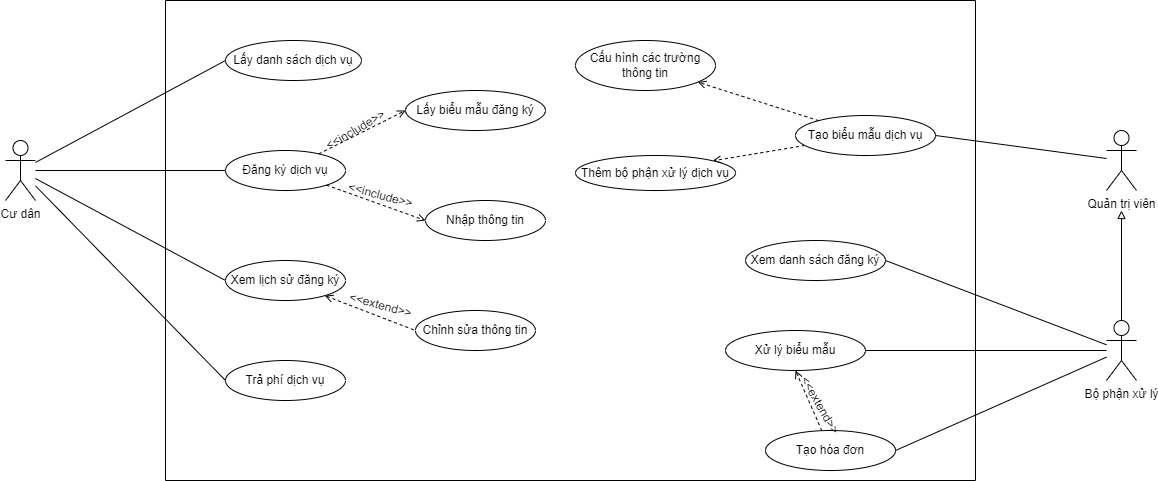
kienndhn/draw-io keeps this draw.io diagram as usecase diagram/hành chính số.drawio.png. Above is the earlier version. Source tidied: cells renumbered, new cells last; positions are measured from the earlier drawing's top-left corner, leaving out a move shared by most shapes. Source of this version:
```xml
<mxGraphModel>
  <root>
    <mxCell id="0" />
    <mxCell id="1" parent="0" />
    <mxCell id="2" style="swimlane;startSize=0;" parent="1" vertex="1">
      <mxGeometry x="160" width="810" height="480" as="geometry" />
    </mxCell>
    <mxCell id="3" value="Lấy danh sách dịch vụ" style="ellipse;whiteSpace=wrap;html=1;" parent="2" vertex="1">
      <mxGeometry x="60" y="40" width="136" height="40" as="geometry" />
    </mxCell>
    <mxCell id="4" style="edgeStyle=none;rounded=0;jettySize=auto;html=1;entryX=0;entryY=0.5;entryDx=0;entryDy=0;endArrow=open;endFill=0;dashed=1;" parent="2" edge="1" source="6" target="14">
      <mxGeometry relative="1" as="geometry" />
    </mxCell>
    <mxCell id="5" style="edgeStyle=none;rounded=0;jettySize=auto;html=1;entryX=0;entryY=0.5;entryDx=0;entryDy=0;endArrow=open;endFill=0;dashed=1;" parent="2" edge="1" source="6" target="8">
      <mxGeometry relative="1" as="geometry" />
    </mxCell>
    <mxCell id="6" value="Đăng ký dịch vụ" style="ellipse;whiteSpace=wrap;html=1;" parent="2" vertex="1">
      <mxGeometry x="60" y="150" width="120" height="40" as="geometry" />
    </mxCell>
    <mxCell id="7" value="Chỉnh sửa thông tin" style="ellipse;whiteSpace=wrap;html=1;" parent="2" vertex="1">
      <mxGeometry x="250" y="310" width="120" height="40" as="geometry" />
    </mxCell>
    <mxCell id="8" value="Nhập thông tin" style="ellipse;whiteSpace=wrap;html=1;" parent="2" vertex="1">
      <mxGeometry x="260" y="200" width="120" height="40" as="geometry" />
    </mxCell>
    <mxCell id="9" style="rounded=0;jettySize=auto;html=1;dashed=1;endArrow=open;endFill=0;" parent="2" edge="1" source="11" target="18">
      <mxGeometry relative="1" as="geometry" />
    </mxCell>
    <mxCell id="10" style="edgeStyle=none;rounded=0;jettySize=auto;html=1;entryX=1;entryY=0;entryDx=0;entryDy=0;dashed=1;endArrow=open;endFill=0;" parent="2" edge="1" source="11" target="19">
      <mxGeometry relative="1" as="geometry" />
    </mxCell>
    <mxCell id="11" value="Tạo biểu mẫu dịch vụ" style="ellipse;whiteSpace=wrap;html=1;" parent="2" vertex="1">
      <mxGeometry x="630" y="115" width="140" height="40" as="geometry" />
    </mxCell>
    <mxCell id="12" style="edgeStyle=none;rounded=0;jettySize=auto;html=1;entryX=0;entryY=0.5;entryDx=0;entryDy=0;endArrow=none;endFill=0;dashed=1;startArrow=open;startFill=0;" parent="2" edge="1" source="13" target="7">
      <mxGeometry relative="1" as="geometry" />
    </mxCell>
    <mxCell id="13" value="Xem lịch sử đăng ký" style="ellipse;whiteSpace=wrap;html=1;" parent="2" vertex="1">
      <mxGeometry x="60" y="260" width="120" height="40" as="geometry" />
    </mxCell>
    <mxCell id="14" value="Lấy biểu mẫu đăng ký" style="ellipse;whiteSpace=wrap;html=1;" parent="2" vertex="1">
      <mxGeometry x="240" y="90" width="140" height="40" as="geometry" />
    </mxCell>
    <mxCell id="15" value="&amp;lt;&amp;lt;include&amp;gt;&amp;gt;" style="text;html=1;align=center;verticalAlign=middle;strokeColor=none;fillColor=none;rotation=15;" parent="2" vertex="1">
      <mxGeometry x="170" y="180" width="90" height="30" as="geometry" />
    </mxCell>
    <mxCell id="16" value="&amp;lt;&amp;lt;include&amp;gt;&amp;gt;" style="text;html=1;align=center;verticalAlign=middle;strokeColor=none;fillColor=none;rotation=-30;" parent="2" vertex="1">
      <mxGeometry x="145" y="115" width="90" height="30" as="geometry" />
    </mxCell>
    <mxCell id="17" value="&amp;lt;&amp;lt;extend&amp;gt;&amp;gt;" style="text;html=1;align=center;verticalAlign=middle;strokeColor=none;fillColor=none;rotation=15;" parent="2" vertex="1">
      <mxGeometry x="170" y="290" width="90" height="30" as="geometry" />
    </mxCell>
    <mxCell id="18" value="Cấu hình các trường thông tin" style="ellipse;whiteSpace=wrap;html=1;" parent="2" vertex="1">
      <mxGeometry x="410" y="40" width="140" height="50" as="geometry" />
    </mxCell>
    <mxCell id="19" value="Thêm bộ phận xử lý dịch vụ" style="ellipse;whiteSpace=wrap;html=1;" parent="2" vertex="1">
      <mxGeometry x="410" y="155" width="160" height="35" as="geometry" />
    </mxCell>
    <mxCell id="20" value="Xem danh sách đăng ký" style="ellipse;whiteSpace=wrap;html=1;" parent="2" vertex="1">
      <mxGeometry x="580" y="240" width="140" height="40" as="geometry" />
    </mxCell>
    <mxCell id="21" value="Xử lý biểu mẫu" style="ellipse;whiteSpace=wrap;html=1;" parent="2" vertex="1">
      <mxGeometry x="560" y="330" width="140" height="40" as="geometry" />
    </mxCell>
    <mxCell id="22" style="edgeStyle=none;rounded=0;jettySize=auto;html=1;entryX=0.5;entryY=1;entryDx=0;entryDy=0;endArrow=open;endFill=0;dashed=1;" parent="2" edge="1" source="23" target="21">
      <mxGeometry relative="1" as="geometry" />
    </mxCell>
    <mxCell id="23" value="Tạo hóa đơn" style="ellipse;whiteSpace=wrap;html=1;" parent="2" vertex="1">
      <mxGeometry x="600" y="430" width="130" height="40" as="geometry" />
    </mxCell>
    <mxCell id="24" value="&amp;lt;&amp;lt;extend&amp;gt;&amp;gt;" style="text;html=1;align=center;verticalAlign=middle;strokeColor=none;fillColor=none;rotation=60;" parent="2" vertex="1">
      <mxGeometry x="610" y="389.5" width="90" height="30" as="geometry" />
    </mxCell>
    <mxCell id="25" value="Trả phí dịch vụ" style="ellipse;whiteSpace=wrap;html=1;" parent="2" vertex="1">
      <mxGeometry x="60" y="360" width="120" height="40" as="geometry" />
    </mxCell>
    <mxCell id="26" style="rounded=0;jettySize=auto;html=1;entryX=0;entryY=0.5;entryDx=0;entryDy=0;endArrow=none;endFill=0;" parent="1" edge="1" source="30" target="3">
      <mxGeometry relative="1" as="geometry" />
    </mxCell>
    <mxCell id="27" style="edgeStyle=none;rounded=0;jettySize=auto;html=1;entryX=0;entryY=0.5;entryDx=0;entryDy=0;endArrow=none;endFill=0;" parent="1" edge="1" source="30" target="6">
      <mxGeometry relative="1" as="geometry" />
    </mxCell>
    <mxCell id="28" style="edgeStyle=none;rounded=0;jettySize=auto;html=1;entryX=0;entryY=0.5;entryDx=0;entryDy=0;endArrow=none;endFill=0;" parent="1" edge="1" source="30" target="13">
      <mxGeometry relative="1" as="geometry" />
    </mxCell>
    <mxCell id="29" style="edgeStyle=none;rounded=0;jettySize=auto;html=1;entryX=0;entryY=0.5;entryDx=0;entryDy=0;endArrow=none;endFill=0;" parent="1" edge="1" source="30" target="25">
      <mxGeometry relative="1" as="geometry" />
    </mxCell>
    <mxCell id="30" value="Cư dân" style="shape=umlActor;verticalLabelPosition=bottom;verticalAlign=top;html=1;outlineConnect=0;" parent="1" vertex="1">
      <mxGeometry y="140" width="30" height="60" as="geometry" />
    </mxCell>
    <mxCell id="31" style="edgeStyle=none;rounded=0;jettySize=auto;html=1;entryX=1;entryY=0.5;entryDx=0;entryDy=0;endArrow=none;endFill=0;" parent="1" edge="1" source="32" target="11">
      <mxGeometry relative="1" as="geometry" />
    </mxCell>
    <mxCell id="32" value="Quản trị viên" style="shape=umlActor;verticalLabelPosition=bottom;verticalAlign=top;html=1;outlineConnect=0;" parent="1" vertex="1">
      <mxGeometry x="1101" y="130" width="30" height="60" as="geometry" />
    </mxCell>
    <mxCell id="33" style="edgeStyle=none;rounded=0;jettySize=auto;html=1;entryX=1;entryY=0.5;entryDx=0;entryDy=0;endArrow=none;endFill=0;" parent="1" edge="1" source="37" target="20">
      <mxGeometry relative="1" as="geometry" />
    </mxCell>
    <mxCell id="34" style="edgeStyle=none;rounded=0;jettySize=auto;html=1;entryX=1;entryY=0.5;entryDx=0;entryDy=0;endArrow=none;endFill=0;" parent="1" edge="1" source="37" target="21">
      <mxGeometry relative="1" as="geometry" />
    </mxCell>
    <mxCell id="35" style="edgeStyle=none;rounded=0;jettySize=auto;html=1;entryX=1;entryY=0.5;entryDx=0;entryDy=0;endArrow=none;endFill=0;" parent="1" edge="1" source="37" target="23">
      <mxGeometry relative="1" as="geometry" />
    </mxCell>
    <mxCell id="36" style="edgeStyle=none;rounded=0;jettySize=auto;html=1;entryX=0.5;entryY=1.333;entryDx=0;entryDy=0;entryPerimeter=0;endArrow=block;endFill=0;" parent="1" edge="1" source="37" target="32">
      <mxGeometry relative="1" as="geometry" />
    </mxCell>
    <mxCell id="37" value="Bộ phận xử lý" style="shape=umlActor;verticalLabelPosition=bottom;verticalAlign=top;html=1;outlineConnect=0;" parent="1" vertex="1">
      <mxGeometry x="1101" y="320" width="30" height="60" as="geometry" />
    </mxCell>
  </root>
</mxGraphModel>
```
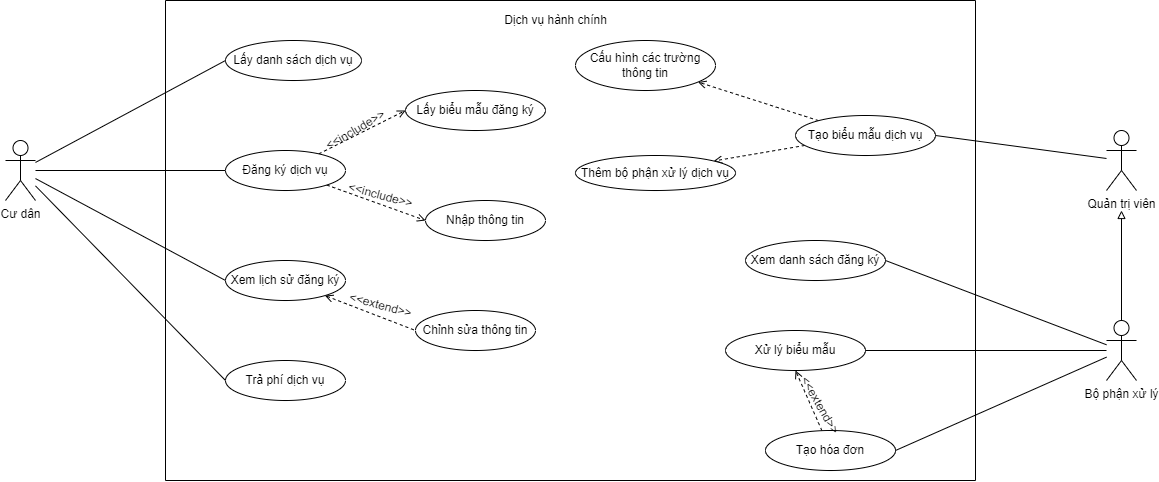
The same diagram one commit later.

Diff of the diagram source:
```diff
@@ -110,5 +110,8 @@
     <mxCell id="37" value="Bộ phận xử lý" style="shape=umlActor;verticalLabelPosition=bottom;verticalAlign=top;html=1;outlineConnect=0;" parent="1" vertex="1">
       <mxGeometry x="1101" y="320" width="30" height="60" as="geometry" />
     </mxCell>
+    <mxCell id="38" value="Dịch vụ hành chính" style="text;html=1;align=center;verticalAlign=middle;strokeColor=none;fillColor=none;" parent="1" vertex="1">
+      <mxGeometry x="485" y="5" width="130" height="30" as="geometry" />
+    </mxCell>
   </root>
 </mxGraphModel>
```
